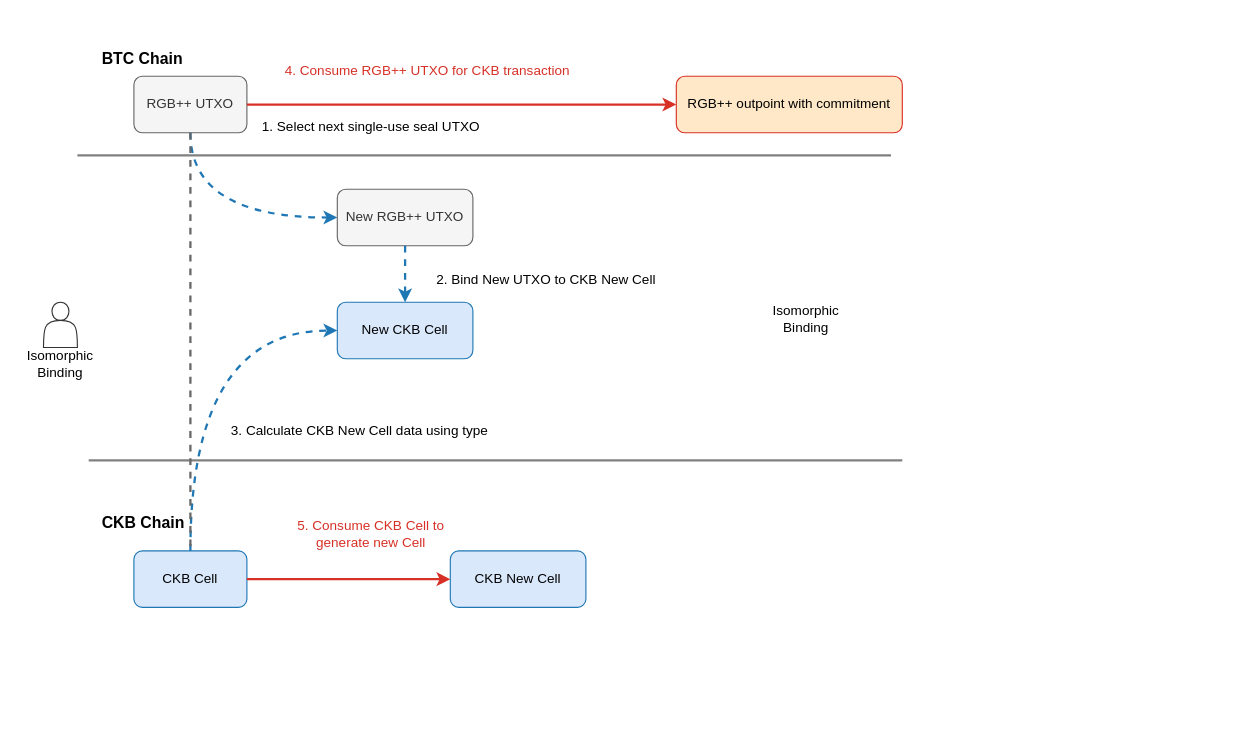
fghdotio/rgbpp-docs keeps this draw.io diagram as rgb_plus_plus_workflow.drawio. Above is the earlier version. Source tidied: cells renumbered, new cells numbered last; positions are measured from the earlier drawing's top-left corner, leaving out a move shared by most shapes. Both pictures are drawn from the tidied source at 113%, with x=0, y=0 at pixel (20, 42).
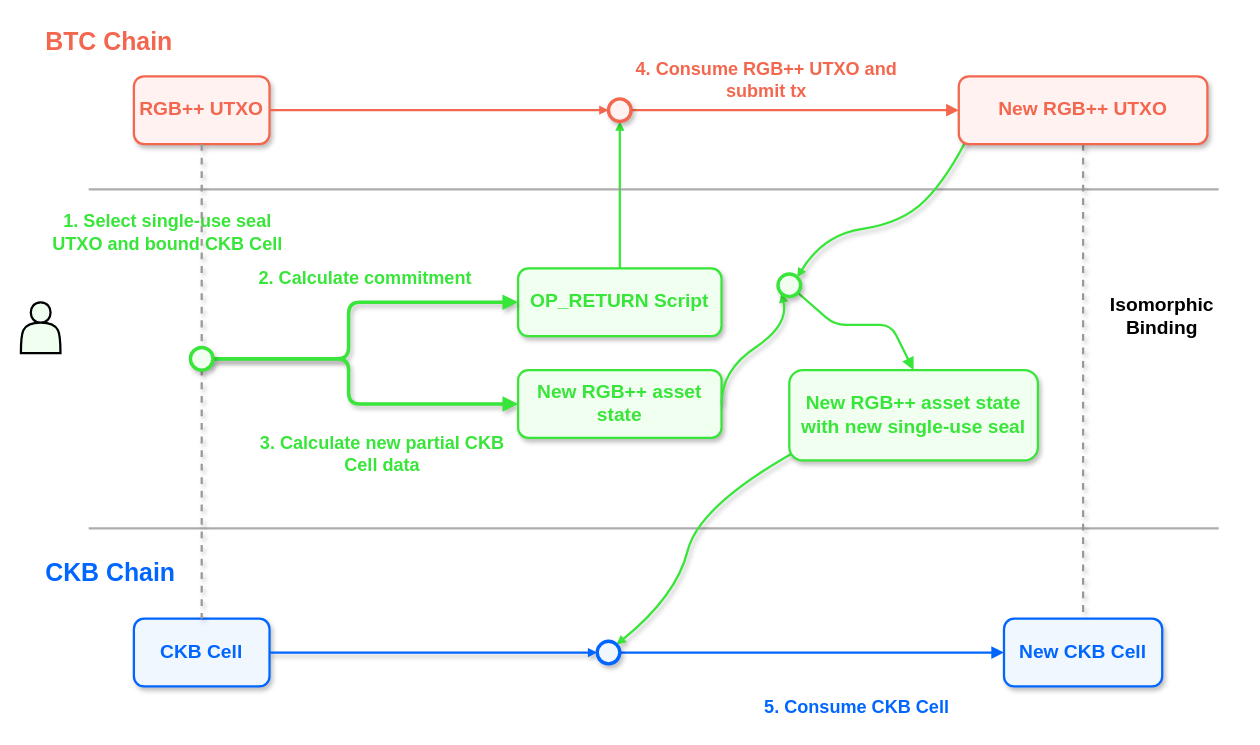
The same page after the edit.

Diff of the diagram source:
```diff
@@
-    <mxCell id="2" value="BTC Chain" style="text;html=1;strokeColor=none;fillColor=none;align=left;verticalAlign=top;whiteSpace=wrap;rounded=0;fontSize=14;fontStyle=1;" parent="1" vertex="1">
-      <mxGeometry x="70" width="80" height="30" as="geometry" />
+    <mxCell id="2" value="BTC Chain" style="text;html=1;strokeColor=none;fillColor=none;align=left;verticalAlign=top;whiteSpace=wrap;rounded=0;fontSize=22;fontStyle=1;fontColor=#F3674F;" parent="1" vertex="1">
+      <mxGeometry x="20" y="-20" width="140" height="35" as="geometry" />
     </mxCell>
-    <mxCell id="3" value="RGB++ UTXO" style="rounded=1;whiteSpace=wrap;html=1;strokeColor=#666666;fillColor=#f5f5f5;fontColor=#333333;" parent="1" vertex="1">
-      <mxGeometry x="100" y="30" width="100" height="50" as="geometry" />
+    <mxCell id="3" value="RGB++ UTXO" style="rounded=1;whiteSpace=wrap;html=1;strokeColor=#F3674F;fillColor=#FFF2F0;fontColor=#F3674F;strokeWidth=2;shadow=1;fontSize=17;fontStyle=1;" parent="1" vertex="1">
+      <mxGeometry x="100" y="30" width="120" height="60" as="geometry" />
     </mxCell>
-    <mxCell id="4" value="New RGB++ UTXO" style="rounded=1;whiteSpace=wrap;html=1;strokeColor=#666666;fillColor=#f5f5f5;fontColor=#333333;" parent="1" vertex="1">
-      <mxGeometry x="280" y="130" width="120" height="50" as="geometry" />
-    </mxCell>
-    <mxCell id="5" value="4. Consume RGB++ UTXO for CKB transaction" style="text;html=1;strokeColor=none;fillColor=none;align=center;verticalAlign=middle;whiteSpace=wrap;rounded=0;fontSize=12;fontColor=#d73027;" parent="1" vertex="1">
-      <mxGeometry x="230" y="10" width="260" height="30" as="geometry" />
+    <mxCell id="5" value="4. Consume RGB++ UTXO and submit tx" style="text;html=1;strokeColor=none;fillColor=none;align=center;verticalAlign=middle;whiteSpace=wrap;rounded=0;fontSize=16;fontColor=#F3674F;fontStyle=1;" parent="1" vertex="1">
+      <mxGeometry x="520" y="15" width="280" height="35" as="geometry" />
     </mxCell>
-    <mxCell id="6" value="RGB++ outpoint with commitment" style="rounded=1;whiteSpace=wrap;html=1;strokeColor=#d73027;fillColor=#fee8c8;fontColor=#000000;" parent="1" vertex="1">
-      <mxGeometry x="580" y="30" width="200" height="50" as="geometry" />
-    </mxCell>
-    <mxCell id="7" value="1. Select next single-use seal UTXO" style="text;html=1;strokeColor=none;fillColor=none;align=center;verticalAlign=middle;whiteSpace=wrap;rounded=0;fontSize=12;" parent="1" vertex="1">
-      <mxGeometry x="210" y="60" width="200" height="30" as="geometry" />
-    </mxCell>
-    <mxCell id="8" style="shape=actor;whiteSpace=wrap;html=1;strokeColor=#333333;" parent="1" vertex="1">
-      <mxGeometry x="20" y="230" width="30" height="40" as="geometry" />
+    <mxCell id="8" style="shape=actor;whiteSpace=wrap;html=1;strokeColor=#000000;fillColor=#F0FFF0;strokeWidth=2;fontColor=#000000;" parent="1" vertex="1">
+      <mxGeometry y="230" width="35" height="45" as="geometry" />
     </mxCell>
-    <mxCell id="9" value="Isomorphic Binding" style="text;html=1;strokeColor=none;fillColor=none;align=center;verticalAlign=middle;whiteSpace=wrap;rounded=0;fontSize=12;" parent="1" vertex="1">
-      <mxGeometry y="270" width="70" height="30" as="geometry" />
-    </mxCell>
+    <mxCell id="26" style="edgeStyle=none;html=1;strokeColor=#38E539;entryX=0.5;entryY=1;entryDx=0;entryDy=0;strokeWidth=2;endArrow=block;endFill=1;startSize=6;endSize=3;" parent="1" edge="1" source="10" target="41">
+      <mxGeometry relative="1" as="geometry" />
+    </mxCell>
-    <mxCell id="10" value="New CKB Cell" style="rounded=1;whiteSpace=wrap;html=1;strokeColor=#1f77b4;fillColor=#dae8fc;fontColor=#000000;" parent="1" vertex="1">
-      <mxGeometry x="280" y="230" width="120" height="50" as="geometry" />
+    <mxCell id="10" value="OP_RETURN Script" style="rounded=1;whiteSpace=wrap;html=1;strokeColor=#38E539;fillColor=#F0FFF0;fontColor=#38E539;strokeWidth=2;shadow=1;fontSize=17;fontStyle=1;" parent="1" vertex="1">
+      <mxGeometry x="440" y="200" width="180" height="60" as="geometry" />
     </mxCell>
-    <mxCell id="11" value="2. Bind New UTXO to CKB New Cell" style="text;html=1;strokeColor=none;fillColor=none;align=center;verticalAlign=middle;whiteSpace=wrap;rounded=0;fontSize=12;" parent="1" vertex="1">
-      <mxGeometry x="365" y="190" width="200" height="40" as="geometry" />
-    </mxCell>
-    <mxCell id="12" value="3. Calculate CKB New Cell data using type" style="text;html=1;strokeColor=none;fillColor=none;align=center;verticalAlign=middle;whiteSpace=wrap;rounded=0;fontSize=12;" parent="1" vertex="1">
-      <mxGeometry x="180" y="323.5" width="240" height="40" as="geometry" />
+    <mxCell id="12" value="3. Calculate new partial CKB Cell data" style="text;html=1;strokeColor=none;fillColor=none;align=center;verticalAlign=middle;whiteSpace=wrap;rounded=0;fontSize=16;fontColor=#38E539;fontStyle=1;" parent="1" vertex="1">
+      <mxGeometry x="210" y="341" width="220" height="45" as="geometry" />
     </mxCell>
-    <mxCell id="13" value="CKB Chain" style="text;html=1;strokeColor=none;fillColor=none;align=left;verticalAlign=top;whiteSpace=wrap;rounded=0;fontSize=14;fontStyle=1;" parent="1" vertex="1">
-      <mxGeometry x="70" y="410" width="80" height="30" as="geometry" />
+    <mxCell id="13" value="CKB Chain" style="text;html=1;strokeColor=none;fillColor=none;align=left;verticalAlign=top;whiteSpace=wrap;rounded=0;fontSize=22;fontStyle=1;fontColor=#0166FF;" parent="1" vertex="1">
+      <mxGeometry x="20" y="450" width="140" height="35" as="geometry" />
     </mxCell>
-    <mxCell id="14" value="CKB Cell" style="rounded=1;whiteSpace=wrap;html=1;strokeColor=#1f77b4;fillColor=#dae8fc;fontColor=#000000;" parent="1" vertex="1">
-      <mxGeometry x="100" y="450" width="100" height="50" as="geometry" />
+    <mxCell id="14" value="CKB Cell" style="rounded=1;whiteSpace=wrap;html=1;strokeColor=#0166FF;fillColor=#F0F7FF;fontColor=#0166FF;strokeWidth=2;shadow=1;fontSize=17;fontStyle=1;" parent="1" vertex="1">
+      <mxGeometry x="100" y="510" width="120" height="60" as="geometry" />
     </mxCell>
-    <mxCell id="15" value="CKB New Cell" style="rounded=1;whiteSpace=wrap;html=1;strokeColor=#1f77b4;fillColor=#dae8fc;fontColor=#000000;" parent="1" vertex="1">
-      <mxGeometry x="380" y="450" width="120" height="50" as="geometry" />
+    <mxCell id="15" value="New CKB Cell" style="rounded=1;whiteSpace=wrap;html=1;strokeColor=#0166FF;fillColor=#F0F7FF;fontColor=#0166FF;strokeWidth=2;shadow=1;fontSize=17;fontStyle=1;" parent="1" vertex="1">
+      <mxGeometry x="870" y="510" width="140" height="60" as="geometry" />
     </mxCell>
-    <mxCell id="16" value="5. Consume CKB Cell to generate new Cell" style="text;html=1;strokeColor=none;fillColor=none;align=center;verticalAlign=middle;whiteSpace=wrap;rounded=0;fontSize=12;fontColor=#d73027;" parent="1" vertex="1">
-      <mxGeometry x="220" y="420" width="180" height="30" as="geometry" />
+    <mxCell id="16" value="5. Consume CKB Cell" style="text;html=1;strokeColor=none;fillColor=none;align=center;verticalAlign=middle;whiteSpace=wrap;rounded=0;fontSize=16;fontColor=#0166FF;fontStyle=1;" parent="1" vertex="1">
+      <mxGeometry x="640" y="570" width="200" height="35" as="geometry" />
     </mxCell>
-    <mxCell id="17" value="Isomorphic Binding" style="text;html=1;strokeColor=none;fillColor=none;align=center;verticalAlign=middle;whiteSpace=wrap;rounded=0;fontSize=12;" parent="1" vertex="1">
-      <mxGeometry x="660" y="230" width="70" height="30" as="geometry" />
+    <mxCell id="17" value="Isomorphic Binding" style="text;html=1;strokeColor=none;fillColor=none;align=center;verticalAlign=middle;whiteSpace=wrap;rounded=0;fontSize=17;fontColor=#000000;fontStyle=1;" parent="1" vertex="1">
+      <mxGeometry x="940" y="225" width="140" height="35" as="geometry" />
     </mxCell>
-    <mxCell id="18" style="edgeStyle=orthogonalEdgeStyle;rounded=0;jettySize=auto;html=1;strokeColor=#d73027;strokeWidth=2;" parent="1" edge="1" source="3" target="6">
-      <mxGeometry relative="1" as="geometry" />
-    </mxCell>
-    <mxCell id="19" style="edgeStyle=orthogonalEdgeStyle;rounded=0;jettySize=auto;html=1;strokeColor=#1f77b4;strokeWidth=2;dashed=1;" parent="1" edge="1" source="4" target="10">
-      <mxGeometry relative="1" as="geometry" />
-    </mxCell>
-    <mxCell id="20" style="edgeStyle=orthogonalEdgeStyle;rounded=0;jettySize=auto;html=1;strokeColor=#d73027;strokeWidth=2;" parent="1" edge="1" source="14" target="15">
-      <mxGeometry relative="1" as="geometry" />
-    </mxCell>
-    <mxCell id="21" style="endArrow=none;html=1;strokeColor=#808080;strokeWidth=2;" parent="1" edge="1">
+    <mxCell id="21" style="endArrow=none;html=1;strokeColor=#999999;strokeWidth=2;opacity=80;" parent="1" edge="1">
       <mxGeometry relative="1" as="geometry">
-        <mxPoint x="50" y="100" as="sourcePoint" />
-        <mxPoint x="770" y="100" as="targetPoint" />
+        <mxPoint x="60" y="130" as="sourcePoint" />
+        <mxPoint x="1060" y="130" as="targetPoint" />
       </mxGeometry>
     </mxCell>
-    <mxCell id="22" style="endArrow=none;html=1;strokeColor=#808080;strokeWidth=2;" parent="1" edge="1">
+    <mxCell id="22" style="endArrow=none;html=1;strokeColor=#999999;strokeWidth=2;opacity=80;" parent="1" edge="1">
       <mxGeometry relative="1" as="geometry">
-        <mxPoint x="60" y="370" as="sourcePoint" />
-        <mxPoint x="780" y="370" as="targetPoint" />
+        <mxPoint x="60" y="430" as="sourcePoint" />
+        <mxPoint x="1060" y="430" as="targetPoint" />
       </mxGeometry>
     </mxCell>
-    <mxCell id="23" style="edgeStyle=orthogonalEdgeStyle;rounded=1;jettySize=auto;html=1;strokeColor=#1f77b4;strokeWidth=2;dashed=1;exitX=0.5;exitY=1;exitDx=0;exitDy=0;entryX=0;entryY=0.5;entryDx=0;entryDy=0;curved=1;" parent="1" edge="1" source="3" target="4">
-      <mxGeometry relative="1" as="geometry">
-        <Array as="points">
-          <mxPoint x="150" y="155" />
-        </Array>
-      </mxGeometry>
-    </mxCell>
-    <mxCell id="24" style="edgeStyle=orthogonalEdgeStyle;rounded=1;jettySize=auto;html=1;strokeColor=#1f77b4;strokeWidth=2;dashed=1;exitX=0.5;exitY=0;exitDx=0;exitDy=0;entryX=0;entryY=0.5;entryDx=0;entryDy=0;curved=1;" parent="1" edge="1" source="14" target="10">
-      <mxGeometry relative="1" as="geometry" />
-    </mxCell>
-    <mxCell id="25" style="edgeStyle=orthogonalEdgeStyle;rounded=0;jettySize=auto;html=1;strokeColor=#666666;strokeWidth=2;dashed=1;exitX=0.5;exitY=1;exitDx=0;exitDy=0;entryX=0.5;entryY=0;entryDx=0;entryDy=0;startArrow=none;endArrow=none;" parent="1" edge="1" source="3" target="14">
+    <mxCell id="25" style="edgeStyle=orthogonalEdgeStyle;rounded=1;jettySize=auto;html=1;strokeColor=#999999;strokeWidth=2;dashed=1;exitX=0.5;exitY=1;exitDx=0;exitDy=0;entryX=0.5;entryY=0;entryDx=0;entryDy=0;startArrow=none;endArrow=none;shadow=1;" parent="1" source="7" target="38">
       <mxGeometry relative="1" as="geometry" />
     </mxCell>
+    <mxCell id="27" style="edgeStyle=orthogonalEdgeStyle;rounded=1;jettySize=auto;html=1;strokeColor=#999999;strokeWidth=2;dashed=1;exitX=0.5;exitY=1;exitDx=0;exitDy=0;entryX=0.5;entryY=0;entryDx=0;entryDy=0;startArrow=none;endArrow=none;shadow=1;" parent="1" edge="1" source="38" target="14">
+      <mxGeometry relative="1" as="geometry">
+        <Array as="points">
+          <mxPoint x="160" y="280" />
+        </Array>
+      </mxGeometry>
+    </mxCell>
+    <mxCell id="7" value="1. Select single-use seal UTXO and bound CKB Cell" style="text;html=1;strokeColor=none;fillColor=none;align=center;verticalAlign=middle;whiteSpace=wrap;rounded=0;fontSize=16;fontColor=#38E539;fontStyle=1;" parent="1" vertex="1">
+      <mxGeometry x="20" y="150" width="220" height="35" as="geometry" />
+    </mxCell>
+    <mxCell id="28" style="edgeStyle=orthogonalEdgeStyle;rounded=1;jettySize=auto;html=1;strokeColor=#38E539;strokeWidth=3;endArrow=block;endFill=1;shadow=1;exitX=1;exitY=0.5;exitDx=0;exitDy=0;entryX=0;entryY=0.5;entryDx=0;entryDy=0;" parent="1" edge="1" source="38" target="10">
+      <mxGeometry relative="1" as="geometry">
+        <Array as="points">
+          <mxPoint x="170" y="280" />
+          <mxPoint x="290" y="280" />
+          <mxPoint x="290" y="230" />
+        </Array>
+      </mxGeometry>
+    </mxCell>
+    <mxCell id="29" value="2. Calculate commitment" style="text;html=1;strokeColor=none;fillColor=none;align=center;verticalAlign=middle;whiteSpace=wrap;rounded=0;fontSize=16;fontColor=#38E539;fontStyle=1;" parent="1" vertex="1">
+      <mxGeometry x="180" y="190" width="250" height="35" as="geometry" />
+    </mxCell>
+    <mxCell id="30" style="edgeStyle=orthogonalEdgeStyle;rounded=1;jettySize=auto;html=1;strokeColor=#38E539;strokeWidth=3;endArrow=block;endFill=1;shadow=1;exitX=1;exitY=1;exitDx=0;exitDy=0;entryX=0;entryY=0.5;entryDx=0;entryDy=0;" parent="1" edge="1" source="38" target="31">
+      <mxGeometry relative="1" as="geometry">
+        <Array as="points">
+          <mxPoint x="167" y="280" />
+          <mxPoint x="290" y="280" />
+          <mxPoint x="290" y="320" />
+        </Array>
+      </mxGeometry>
+    </mxCell>
+    <mxCell id="31" value="New RGB++ asset state" style="rounded=1;whiteSpace=wrap;html=1;strokeColor=#38E539;fillColor=#F0FFF0;fontColor=#38E539;strokeWidth=2;shadow=1;fontSize=17;fontStyle=1;" parent="1" vertex="1">
+      <mxGeometry x="440" y="290" width="180" height="60" as="geometry" />
+    </mxCell>
+    <mxCell id="32" style="edgeStyle=none;html=1;strokeColor=#38E539;strokeWidth=2;endArrow=block;endFill=1;shadow=1;entryX=1;entryY=0;entryDx=0;entryDy=0;endSize=3;curved=1;rounded=1;" parent="1" edge="1" target="43">
+      <mxGeometry relative="1" as="geometry">
+        <mxPoint x="840" y="80" as="sourcePoint" />
+        <Array as="points">
+          <mxPoint x="820" y="120" />
+          <mxPoint x="780" y="160" />
+          <mxPoint x="710" y="170" />
+        </Array>
+      </mxGeometry>
+    </mxCell>
+    <mxCell id="33" style="edgeStyle=orthogonalEdgeStyle;rounded=1;jettySize=auto;html=1;strokeColor=#999999;strokeWidth=2;dashed=1;exitX=0.5;exitY=1;exitDx=0;exitDy=0;entryX=0.5;entryY=0;entryDx=0;entryDy=0;startArrow=none;endArrow=none;shadow=1;" parent="1" edge="1" source="6" target="15">
+      <mxGeometry relative="1" as="geometry" />
+    </mxCell>
+    <mxCell id="34" style="edgeStyle=none;html=1;exitX=1;exitY=0.5;exitDx=0;exitDy=0;strokeColor=#38E539;strokeWidth=2;endArrow=block;endFill=1;shadow=1;entryX=0;entryY=1;entryDx=0;entryDy=0;endSize=3;curved=1;rounded=1;" parent="1" edge="1" source="31" target="43">
+      <mxGeometry relative="1" as="geometry">
+        <Array as="points">
+          <mxPoint x="620" y="290" />
+          <mxPoint x="680" y="250" />
+        </Array>
+      </mxGeometry>
+    </mxCell>
+    <mxCell id="35" style="edgeStyle=none;html=1;strokeColor=#38E539;strokeWidth=2;endArrow=block;endFill=1;shadow=1;entryX=1;entryY=0;entryDx=0;entryDy=0;endSize=3;exitX=0.027;exitY=0.897;exitDx=0;exitDy=0;exitPerimeter=0;curved=1;rounded=1;" parent="1" edge="1" source="46" target="45">
+      <mxGeometry relative="1" as="geometry">
+        <Array as="points">
+          <mxPoint x="600" y="410" />
+          <mxPoint x="580" y="490" />
+        </Array>
+      </mxGeometry>
+    </mxCell>
+    <mxCell id="36" style="edgeStyle=none;html=1;exitX=1;exitY=0.5;exitDx=0;exitDy=0;strokeColor=#0166FF;strokeWidth=2;endArrow=block;endFill=1;shadow=1;entryX=0;entryY=0.5;entryDx=0;entryDy=0;endSize=3;" parent="1" edge="1" source="14" target="45">
+      <mxGeometry relative="1" as="geometry" />
+    </mxCell>
+    <mxCell id="37" style="edgeStyle=orthogonalEdgeStyle;rounded=1;jettySize=auto;html=1;strokeColor=#999999;strokeWidth=2;dashed=1;exitX=0.5;exitY=1;exitDx=0;exitDy=0;entryX=0.5;entryY=0;entryDx=0;entryDy=0;startArrow=none;endArrow=none;shadow=1;" parent="1" edge="1" source="3" target="38">
+      <mxGeometry relative="1" as="geometry">
+        <Array as="points">
+          <mxPoint x="160" y="260" />
+        </Array>
+      </mxGeometry>
+    </mxCell>
+    <mxCell id="38" style="ellipse;whiteSpace=wrap;html=1;strokeColor=#38E539;fillColor=#F0FFF0;strokeWidth=3;shadow=1;" parent="1" vertex="1">
+      <mxGeometry x="150" y="270" width="20" height="20" as="geometry" />
+    </mxCell>
+    <mxCell id="39" style="edgeStyle=none;html=1;strokeColor=#F3674F;exitX=1;exitY=0.5;exitDx=0;exitDy=0;entryX=0;entryY=0.5;entryDx=0;entryDy=0;strokeWidth=2;endArrow=block;endFill=1;endSize=3;" parent="1" edge="1" source="3" target="41">
+      <mxGeometry relative="1" as="geometry" />
+    </mxCell>
+    <mxCell id="40" style="edgeStyle=none;html=1;entryX=0;entryY=0.5;entryDx=0;entryDy=0;strokeColor=#F3674F;strokeWidth=2;endArrow=block;endFill=1;" parent="1" edge="1" source="41" target="6">
+      <mxGeometry relative="1" as="geometry" />
+    </mxCell>
+    <mxCell id="41" style="ellipse;whiteSpace=wrap;html=1;strokeColor=#F3674F;fillColor=#FFF2F0;strokeWidth=3;shadow=1;" parent="1" vertex="1">
+      <mxGeometry x="520" y="50" width="20" height="20" as="geometry" />
+    </mxCell>
+    <mxCell id="42" style="edgeStyle=none;html=1;strokeColor=#38E539;strokeWidth=2;endArrow=block;endFill=1;entryX=0.5;entryY=0;entryDx=0;entryDy=0;" parent="1" edge="1" source="43" target="46">
+      <mxGeometry relative="1" as="geometry">
+        <Array as="points">
+          <mxPoint x="720" y="250" />
+          <mxPoint x="770" y="250" />
+        </Array>
+      </mxGeometry>
+    </mxCell>
+    <mxCell id="43" style="ellipse;whiteSpace=wrap;html=1;strokeColor=#38E539;fillColor=#F0FFF0;strokeWidth=3;shadow=1;" parent="1" vertex="1">
+      <mxGeometry x="670" y="205" width="20" height="20" as="geometry" />
+    </mxCell>
+    <mxCell id="44" style="edgeStyle=none;html=1;entryX=0;entryY=0.5;entryDx=0;entryDy=0;strokeColor=#0166FF;strokeWidth=2;endArrow=block;endFill=1;" parent="1" edge="1" source="45" target="15">
+      <mxGeometry relative="1" as="geometry" />
+    </mxCell>
+    <mxCell id="45" style="ellipse;whiteSpace=wrap;html=1;strokeColor=#0166FF;fillColor=#F0F7FF;strokeWidth=3;shadow=1;" parent="1" vertex="1">
+      <mxGeometry x="510" y="530" width="20" height="20" as="geometry" />
+    </mxCell>
+    <mxCell id="6" value="New RGB++ UTXO" style="rounded=1;whiteSpace=wrap;html=1;strokeColor=#F3674F;fillColor=#FFF2F0;fontColor=#F3674F;strokeWidth=2;shadow=1;fontSize=17;fontStyle=1;" parent="1" vertex="1">
+      <mxGeometry x="830" y="30" width="220" height="60" as="geometry" />
+    </mxCell>
+    <mxCell id="46" value="&lt;font style=&quot;color: rgb(56, 229, 57);&quot;&gt;New RGB++ asset state&lt;/font&gt;&lt;div&gt;&lt;font style=&quot;color: rgb(56, 229, 57);&quot;&gt;with new single-use seal&lt;/font&gt;&lt;/div&gt;" style="rounded=1;whiteSpace=wrap;html=1;strokeColor=#38E539;fillColor=#F0FFF0;fontColor=#38E539;strokeWidth=2;shadow=1;fontSize=17;fontStyle=1;" parent="1" vertex="1">
+      <mxGeometry x="680" y="290" width="220" height="80" as="geometry" />
+    </mxCell>
```
